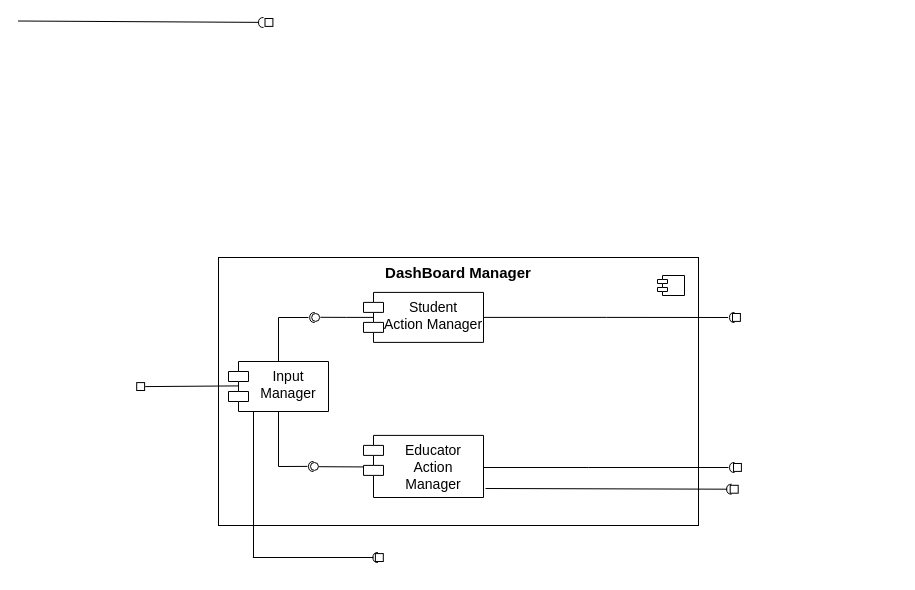
mttcrn/software-engineering-II-project keeps this draw.io diagram as page "Dashboard Manager" (2 of 7) of diagrams/architecture/component_VIEW.drawio. Above is the earlier version. Source tidied: cells renumbered, new cells numbered last; positions are measured from the earlier drawing's top-left corner, leaving out a move shared by most shapes. Both pictures are drawn from the tidied source at 100%, with x=0, y=0 at pixel (18, 17).
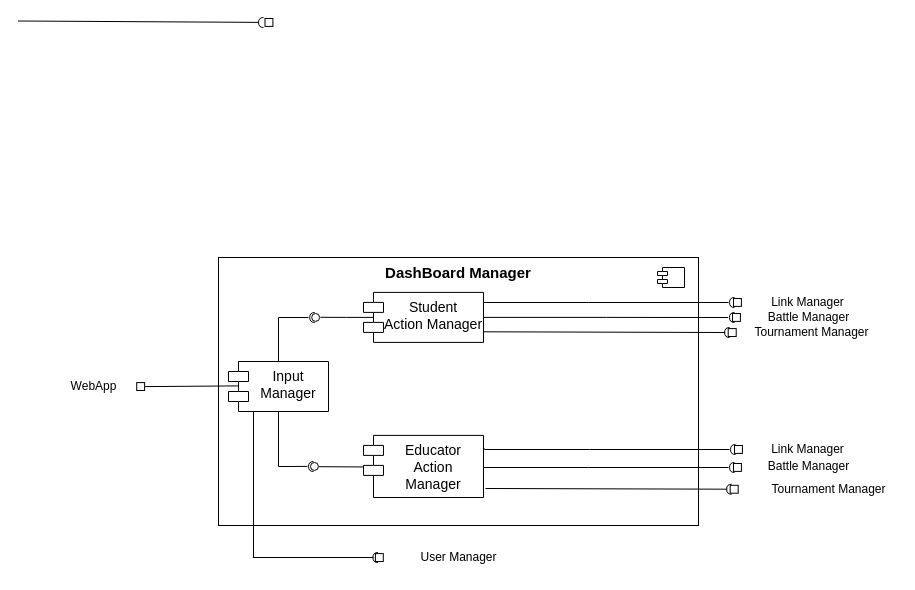
The same diagram, later.

The edit, as a diff of the source:
```diff
@@
     <mxCell id="3" style="shape=module;jettyWidth=10;jettyHeight=4;fontSize=14;" parent="1" vertex="1">
-      <mxGeometry x="639" y="258" width="27" height="20" as="geometry">
+      <mxGeometry x="639" y="250" width="27" height="20" as="geometry">
         <mxPoint x="-36" y="9" as="offset" />
       </mxGeometry>
     </mxCell>
@@
+    <mxCell id="37" value="WebApp" style="text;html=1;align=center;verticalAlign=middle;strokeColor=none;fillColor=none;" parent="1" vertex="1">
+      <mxGeometry x="40" y="354" width="70" height="30" as="geometry" />
+    </mxCell>
+    <mxCell id="38" value="Battle Manager" style="text;html=1;align=center;verticalAlign=middle;strokeColor=none;fillColor=none;" parent="1" vertex="1">
+      <mxGeometry x="740" y="285" width="100" height="30" as="geometry" />
+    </mxCell>
+    <mxCell id="39" value="Battle Manager" style="text;html=1;align=center;verticalAlign=middle;strokeColor=none;fillColor=none;" parent="1" vertex="1">
+      <mxGeometry x="740" y="433.9" width="100" height="30" as="geometry" />
+    </mxCell>
+    <mxCell id="40" value="Tournament Manager" style="text;html=1;align=center;verticalAlign=middle;strokeColor=none;fillColor=none;" parent="1" vertex="1">
+      <mxGeometry x="740" y="456.7" width="140" height="30" as="geometry" />
+    </mxCell>
+    <mxCell id="41" value="User Manager" style="text;html=1;align=center;verticalAlign=middle;strokeColor=none;fillColor=none;" parent="1" vertex="1">
+      <mxGeometry x="390" y="525" width="100" height="30" as="geometry" />
+    </mxCell>
+    <mxCell id="42" style="group;" parent="1" vertex="1">
+      <mxGeometry x="465" y="310" width="252.6" height="10" as="geometry" />
+    </mxCell>
+    <mxCell id="43" style="html=1;rounded=0;fontSize=14;" parent="42" vertex="1">
+      <mxGeometry x="244.7" y="1.1" width="8" height="7.9" as="geometry" />
+    </mxCell>
+    <mxCell id="44" style="shape=requiredInterface;html=1;fontSize=14;align=center;fillColor=none;points=[];verticalAlign=bottom;labelPosition=center;verticalLabelPosition=top;flipH=1;rotation=0;" parent="42" vertex="1">
+      <mxGeometry x="241.1" width="5" height="10" as="geometry" />
+    </mxCell>
+    <mxCell id="45" style="rounded=0;jettySize=auto;html=1;exitX=1.002;exitY=0.325;exitDx=0;exitDy=0;entryX=0.873;entryY=0.5;entryDx=0;entryDy=0;entryPerimeter=0;endArrow=none;endFill=0;fontSize=14;exitPerimeter=0;" parent="42" edge="1" target="44">
+      <mxGeometry relative="1" as="geometry">
+        <mxPoint y="4.3" as="sourcePoint" />
+      </mxGeometry>
+    </mxCell>
+    <mxCell id="46" value="Tournament Manager" style="text;html=1;align=center;verticalAlign=middle;strokeColor=none;fillColor=none;" parent="1" vertex="1">
+      <mxGeometry x="722.9" y="300" width="140" height="30" as="geometry" />
+    </mxCell>
+    <mxCell id="47" style="edgeStyle=orthogonalEdgeStyle;rounded=0;orthogonalLoop=1;jettySize=auto;html=1;exitX=1;exitY=0.5;exitDx=0;exitDy=0;endArrow=none;endFill=0;fontSize=14;" parent="1" edge="1">
+      <mxGeometry relative="1" as="geometry">
+        <mxPoint x="466" y="431" as="sourcePoint" />
+        <mxPoint x="711" y="432" as="targetPoint" />
+        <Array as="points">
+          <mxPoint x="466" y="432" />
+          <mxPoint x="571" y="432" />
+        </Array>
+      </mxGeometry>
+    </mxCell>
+    <mxCell id="48" style="shape=requiredInterface;html=1;fontSize=14;align=center;fillColor=none;verticalAlign=bottom;labelPosition=center;verticalLabelPosition=top;flipH=1;rotation=-180;direction=west;" parent="1" vertex="1">
+      <mxGeometry x="712" y="427" width="5" height="10" as="geometry" />
+    </mxCell>
+    <mxCell id="49" style="html=1;rounded=0;fontSize=14;" parent="1" vertex="1">
+      <mxGeometry x="716" y="428" width="7.9" height="7.9" as="geometry" />
+    </mxCell>
+    <mxCell id="50" style="edgeStyle=orthogonalEdgeStyle;rounded=0;orthogonalLoop=1;jettySize=auto;html=1;exitX=1;exitY=0.5;exitDx=0;exitDy=0;endArrow=none;endFill=0;fontSize=14;" parent="1" edge="1">
+      <mxGeometry relative="1" as="geometry">
+        <mxPoint x="465" y="284" as="sourcePoint" />
+        <mxPoint x="710" y="285" as="targetPoint" />
+        <Array as="points">
+          <mxPoint x="465" y="285" />
+          <mxPoint x="570" y="285" />
+        </Array>
+      </mxGeometry>
+    </mxCell>
+    <mxCell id="51" style="shape=requiredInterface;html=1;fontSize=14;align=center;fillColor=none;verticalAlign=bottom;labelPosition=center;verticalLabelPosition=top;flipH=1;rotation=-180;direction=west;" parent="1" vertex="1">
+      <mxGeometry x="711" y="280" width="5" height="10" as="geometry" />
+    </mxCell>
+    <mxCell id="52" style="html=1;rounded=0;fontSize=14;" parent="1" vertex="1">
+      <mxGeometry x="715" y="281" width="7.9" height="7.9" as="geometry" />
+    </mxCell>
+    <mxCell id="53" value="Link Manager" style="text;html=1;align=center;verticalAlign=middle;strokeColor=none;fillColor=none;" parent="1" vertex="1">
+      <mxGeometry x="739" y="270" width="100" height="30" as="geometry" />
+    </mxCell>
+    <mxCell id="54" value="Link Manager" style="text;html=1;align=center;verticalAlign=middle;strokeColor=none;fillColor=none;" parent="1" vertex="1">
+      <mxGeometry x="739" y="417" width="100" height="30" as="geometry" />
+    </mxCell>
```
